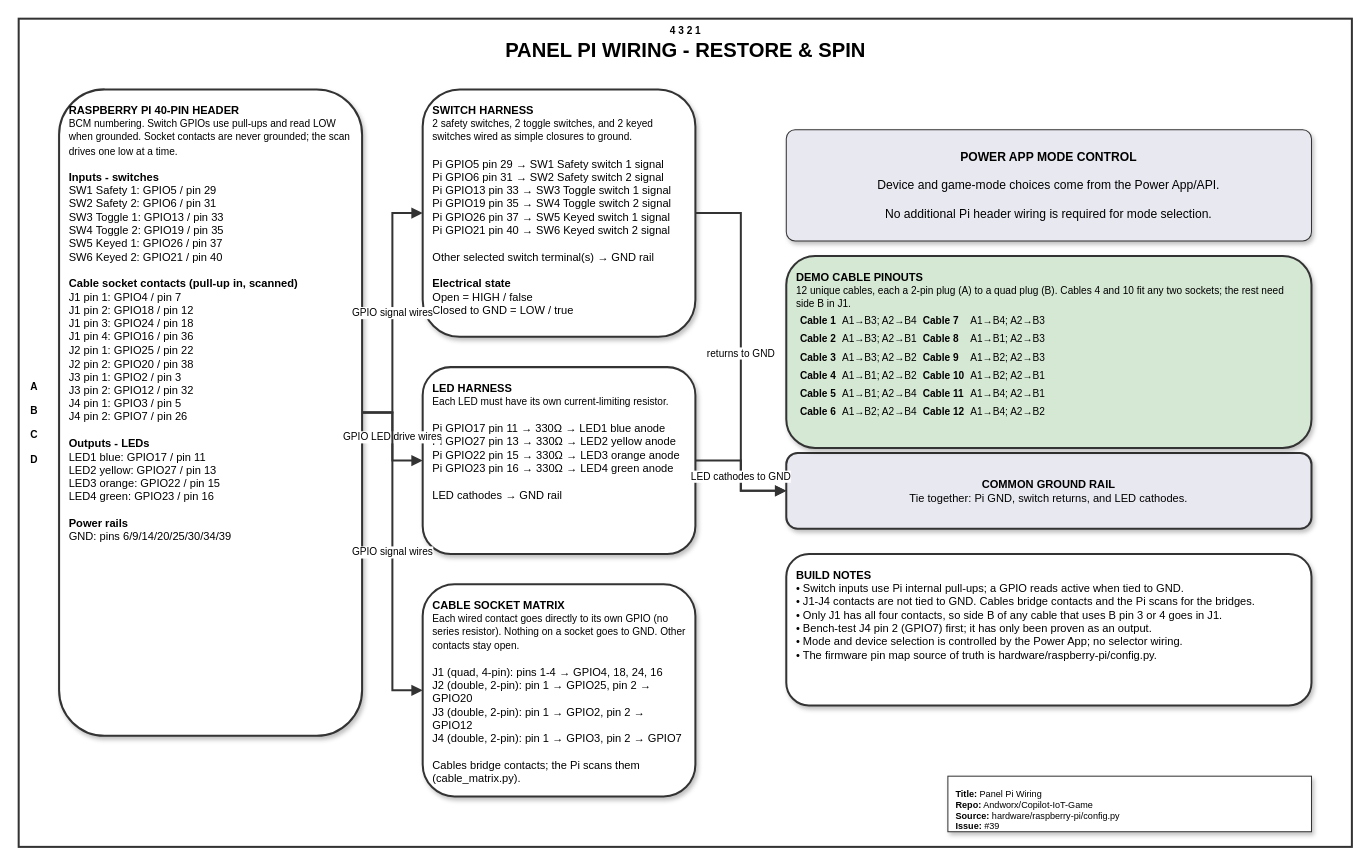
Andworx/Copilot-IoT-Game keeps this draw.io diagram as page "Panel Pi Wiring" (1 of 2) of hardware/raspberry-pi/panel-pi-wiring.drawio. Above is the earlier version. Source tidied: cells renumbered, new cells numbered last; positions are measured from the earlier drawing's top-left corner, leaving out a move shared by most shapes. Both pictures are drawn from the tidied source at 101%, with x=0, y=0 at pixel (18, 18).
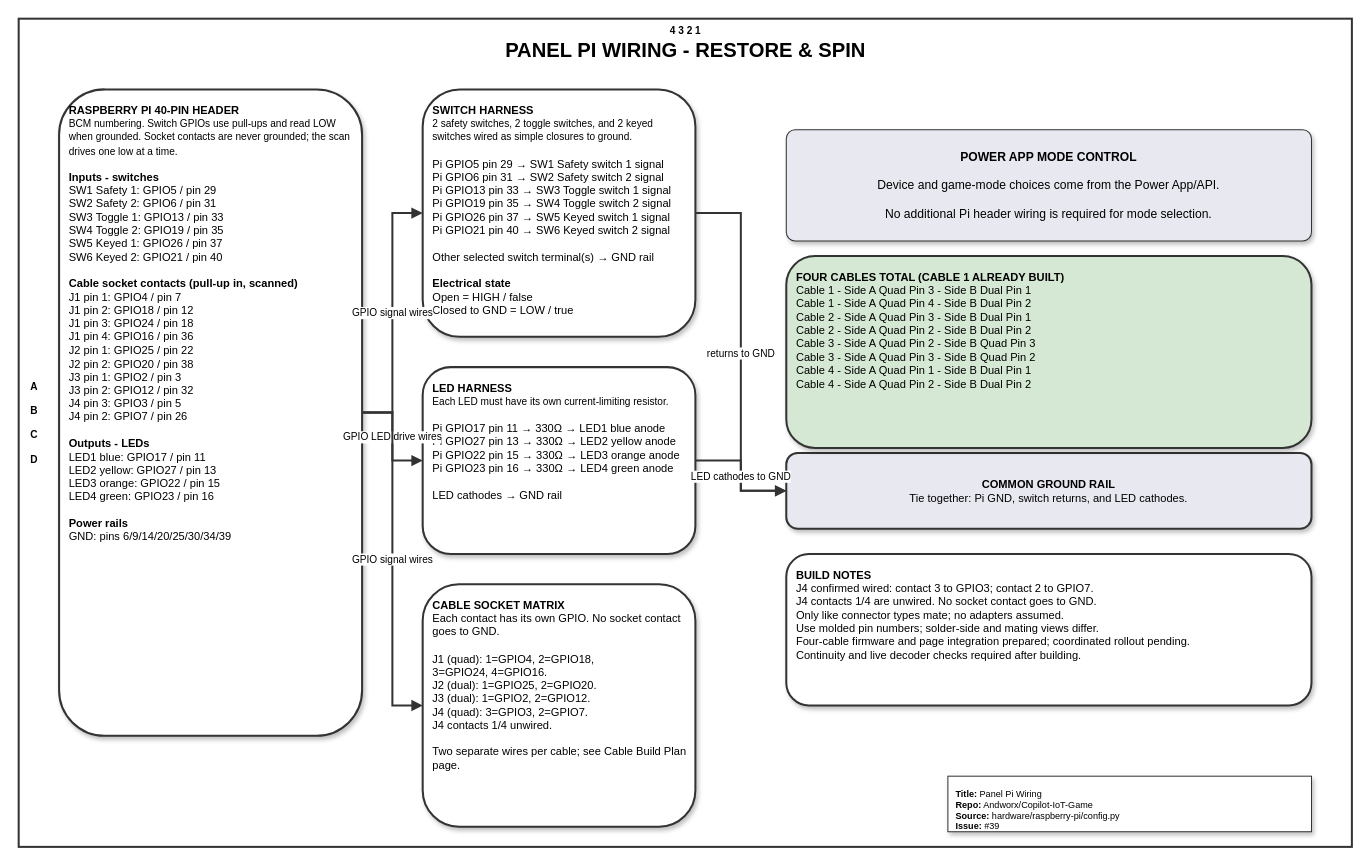
The same page after the edit.

The edit, as a diff of the source:
```diff
@@
-    <mxCell id="6" value="&lt;b&gt;RASPBERRY PI 40-PIN HEADER&lt;/b&gt;&lt;br&gt;&lt;font style=&quot;font-size: 10px&quot;&gt;BCM numbering. Switch GPIOs use pull-ups and read LOW when grounded. Socket contacts are never grounded; the scan drives one low at a time.&lt;/font&gt;&lt;br&gt;&lt;br&gt;&lt;b&gt;Inputs - switches&lt;/b&gt;&lt;br&gt;SW1 Safety 1: GPIO5 / pin 29&lt;br&gt;SW2 Safety 2: GPIO6 / pin 31&lt;br&gt;SW3 Toggle 1: GPIO13 / pin 33&lt;br&gt;SW4 Toggle 2: GPIO19 / pin 35&lt;br&gt;SW5 Keyed 1: GPIO26 / pin 37&lt;br&gt;SW6 Keyed 2: GPIO21 / pin 40&lt;br&gt;&lt;br&gt;&lt;b&gt;Cable socket contacts (pull-up in, scanned)&lt;/b&gt;&lt;br&gt;J1 pin 1: GPIO4 / pin 7&lt;br&gt;J1 pin 2: GPIO18 / pin 12&lt;br&gt;J1 pin 3: GPIO24 / pin 18&lt;br&gt;J1 pin 4: GPIO16 / pin 36&lt;br&gt;J2 pin 1: GPIO25 / pin 22&lt;br&gt;J2 pin 2: GPIO20 / pin 38&lt;br&gt;J3 pin 1: GPIO2 / pin 3&lt;br&gt;J3 pin 2: GPIO12 / pin 32&lt;br&gt;J4 pin 1: GPIO3 / pin 5&lt;br&gt;J4 pin 2: GPIO7 / pin 26&lt;br&gt;&lt;br&gt;&lt;b&gt;Outputs - LEDs&lt;/b&gt;&lt;br&gt;LED1 blue: GPIO17 / pin 11&lt;br&gt;LED2 yellow: GPIO27 / pin 13&lt;br&gt;LED3 orange: GPIO22 / pin 15&lt;br&gt;LED4 green: GPIO23 / pin 16&lt;br&gt;&lt;br&gt;&lt;b&gt;Power rails&lt;/b&gt;&lt;br&gt;GND: pins 6/9/14/20/25/30/34/39" style="rounded=1;shadow=1;strokeColor=#333333;fillColor=#FFFFFF;strokeWidth=2;fontSize=11;fontFamily=Helvetica;align=left;verticalAlign=top;spacing=10;whiteSpace=wrap;html=1;" parent="1" vertex="1">
+    <mxCell id="6" value="&lt;b&gt;RASPBERRY PI 40-PIN HEADER&lt;/b&gt;&lt;br&gt;&lt;font style=&quot;font-size: 10px&quot;&gt;BCM numbering. Switch GPIOs use pull-ups and read LOW when grounded. Socket contacts are never grounded; the scan drives one low at a time.&lt;/font&gt;&lt;br&gt;&lt;br&gt;&lt;b&gt;Inputs - switches&lt;/b&gt;&lt;br&gt;SW1 Safety 1: GPIO5 / pin 29&lt;br&gt;SW2 Safety 2: GPIO6 / pin 31&lt;br&gt;SW3 Toggle 1: GPIO13 / pin 33&lt;br&gt;SW4 Toggle 2: GPIO19 / pin 35&lt;br&gt;SW5 Keyed 1: GPIO26 / pin 37&lt;br&gt;SW6 Keyed 2: GPIO21 / pin 40&lt;br&gt;&lt;br&gt;&lt;b&gt;Cable socket contacts (pull-up in, scanned)&lt;/b&gt;&lt;br&gt;J1 pin 1: GPIO4 / pin 7&lt;br&gt;J1 pin 2: GPIO18 / pin 12&lt;br&gt;J1 pin 3: GPIO24 / pin 18&lt;br&gt;J1 pin 4: GPIO16 / pin 36&lt;br&gt;J2 pin 1: GPIO25 / pin 22&lt;br&gt;J2 pin 2: GPIO20 / pin 38&lt;br&gt;J3 pin 1: GPIO2 / pin 3&lt;br&gt;J3 pin 2: GPIO12 / pin 32&lt;br&gt;J4 pin 3: GPIO3 / pin 5&lt;br&gt;J4 pin 2: GPIO7 / pin 26&lt;br&gt;&lt;br&gt;&lt;b&gt;Outputs - LEDs&lt;/b&gt;&lt;br&gt;LED1 blue: GPIO17 / pin 11&lt;br&gt;LED2 yellow: GPIO27 / pin 13&lt;br&gt;LED3 orange: GPIO22 / pin 15&lt;br&gt;LED4 green: GPIO23 / pin 16&lt;br&gt;&lt;br&gt;&lt;b&gt;Power rails&lt;/b&gt;&lt;br&gt;GND: pins 6/9/14/20/25/30/34/39" style="rounded=1;shadow=1;strokeColor=#333333;fillColor=#FFFFFF;strokeWidth=2;fontSize=11;fontFamily=Helvetica;align=left;verticalAlign=top;spacing=10;whiteSpace=wrap;html=1;" parent="1" vertex="1">
       <mxGeometry x="40" y="70" width="300" height="640" as="geometry" />
     </mxCell>
@@
-    <mxCell id="9" value="&lt;b&gt;CABLE SOCKET MATRIX&lt;/b&gt;&lt;br&gt;&lt;font style=&quot;font-size: 10px&quot;&gt;Each wired contact goes directly to its own GPIO (no series resistor). Nothing on a socket goes to GND. Other contacts stay open.&lt;/font&gt;&lt;br&gt;&lt;br&gt;J1 (quad, 4-pin): pins 1-4 → GPIO4, 18, 24, 16&lt;br&gt;J2 (double, 2-pin): pin 1 → GPIO25, pin 2 → GPIO20&lt;br&gt;J3 (double, 2-pin): pin 1 → GPIO2, pin 2 → GPIO12&lt;br&gt;J4 (double, 2-pin): pin 1 → GPIO3, pin 2 → GPIO7&lt;br&gt;&lt;br&gt;Cables bridge contacts; the Pi scans them (cable_matrix.py)." style="rounded=1;shadow=1;strokeColor=#333333;fillColor=#FFFFFF;strokeWidth=2;fontSize=11;fontFamily=Helvetica;align=left;verticalAlign=top;spacing=10;whiteSpace=wrap;html=1;" parent="1" vertex="1">
-      <mxGeometry x="400" y="560" width="270" height="210" as="geometry" />
+    <mxCell id="9" value="&lt;b&gt;CABLE SOCKET MATRIX&lt;/b&gt;&lt;br&gt;Each contact has its own GPIO. No socket contact goes to GND.&lt;br&gt;&lt;br&gt;J1 (quad): 1=GPIO4, 2=GPIO18,&lt;br&gt;3=GPIO24, 4=GPIO16.&lt;br&gt;J2 (dual): 1=GPIO25, 2=GPIO20.&lt;br&gt;J3 (dual): 1=GPIO2, 2=GPIO12.&lt;br&gt;J4 (quad): 3=GPIO3, 2=GPIO7.&lt;br&gt;J4 contacts 1/4 unwired.&lt;br&gt;&lt;br&gt;Two separate wires per cable; see Cable Build Plan page." style="rounded=1;shadow=1;strokeColor=#333333;fillColor=#FFFFFF;strokeWidth=2;fontSize=11;fontFamily=Helvetica;align=left;verticalAlign=top;spacing=10;whiteSpace=wrap;html=1;" parent="1" vertex="1">
+      <mxGeometry x="400" y="560" width="270" height="240" as="geometry" />
     </mxCell>
@@
-    <mxCell id="11" value="&lt;b&gt;DEMO CABLE PINOUTS&lt;/b&gt;&lt;br&gt;&lt;font style=&quot;font-size: 10px&quot;&gt;12 unique cables, each a 2-pin plug (A) to a quad plug (B). Cables 4 and 10 fit any two sockets; the rest need side B in J1.&lt;/font&gt;&lt;br&gt;&lt;table cellpadding=&quot;2&quot; style=&quot;font-size: 10px&quot;&gt;&lt;tr&gt;&lt;td&gt;&lt;b&gt;Cable 1&lt;/b&gt;&lt;/td&gt;&lt;td&gt;A1→B3; A2→B4&lt;/td&gt;&lt;td&gt;&lt;b&gt;Cable 7&lt;/b&gt;&lt;/td&gt;&lt;td&gt;A1→B4; A2→B3&lt;/td&gt;&lt;/tr&gt;&lt;tr&gt;&lt;td&gt;&lt;b&gt;Cable 2&lt;/b&gt;&lt;/td&gt;&lt;td&gt;A1→B3; A2→B1&lt;/td&gt;&lt;td&gt;&lt;b&gt;Cable 8&lt;/b&gt;&lt;/td&gt;&lt;td&gt;A1→B1; A2→B3&lt;/td&gt;&lt;/tr&gt;&lt;tr&gt;&lt;td&gt;&lt;b&gt;Cable 3&lt;/b&gt;&lt;/td&gt;&lt;td&gt;A1→B3; A2→B2&lt;/td&gt;&lt;td&gt;&lt;b&gt;Cable 9&lt;/b&gt;&lt;/td&gt;&lt;td&gt;A1→B2; A2→B3&lt;/td&gt;&lt;/tr&gt;&lt;tr&gt;&lt;td&gt;&lt;b&gt;Cable 4&lt;/b&gt;&lt;/td&gt;&lt;td&gt;A1→B1; A2→B2&lt;/td&gt;&lt;td&gt;&lt;b&gt;Cable 10&lt;/b&gt;&lt;/td&gt;&lt;td&gt;A1→B2; A2→B1&lt;/td&gt;&lt;/tr&gt;&lt;tr&gt;&lt;td&gt;&lt;b&gt;Cable 5&lt;/b&gt;&lt;/td&gt;&lt;td&gt;A1→B1; A2→B4&lt;/td&gt;&lt;td&gt;&lt;b&gt;Cable 11&lt;/b&gt;&lt;/td&gt;&lt;td&gt;A1→B4; A2→B1&lt;/td&gt;&lt;/tr&gt;&lt;tr&gt;&lt;td&gt;&lt;b&gt;Cable 6&lt;/b&gt;&lt;/td&gt;&lt;td&gt;A1→B2; A2→B4&lt;/td&gt;&lt;td&gt;&lt;b&gt;Cable 12&lt;/b&gt;&lt;/td&gt;&lt;td&gt;A1→B4; A2→B2&lt;/td&gt;&lt;/tr&gt;&lt;/table&gt;" style="rounded=1;shadow=1;strokeColor=#333333;fillColor=#D5E8D4;strokeWidth=2;fontSize=11;fontFamily=Helvetica;align=left;verticalAlign=top;spacing=10;whiteSpace=wrap;html=1;" parent="1" vertex="1">
+    <mxCell id="11" value="&lt;b&gt;FOUR CABLES TOTAL (CABLE 1 ALREADY BUILT)&lt;/b&gt;&lt;br&gt;Cable 1 - Side A Quad Pin 3 - Side B Dual Pin 1&lt;br&gt;Cable 1 - Side A Quad Pin 4 - Side B Dual Pin 2&lt;br&gt;Cable 2 - Side A Quad Pin 3 - Side B Dual Pin 1&lt;br&gt;Cable 2 - Side A Quad Pin 2 - Side B Dual Pin 2&lt;br&gt;Cable 3 - Side A Quad Pin 2 - Side B Quad Pin 3&lt;br&gt;Cable 3 - Side A Quad Pin 3 - Side B Quad Pin 2&lt;br&gt;Cable 4 - Side A Quad Pin 1 - Side B Dual Pin 1&lt;br&gt;Cable 4 - Side A Quad Pin 2 - Side B Dual Pin 2" style="rounded=1;shadow=1;strokeColor=#333333;fillColor=#D5E8D4;strokeWidth=2;fontSize=11;fontFamily=Helvetica;align=left;verticalAlign=top;spacing=10;whiteSpace=wrap;html=1;" parent="1" vertex="1">
       <mxGeometry x="760" y="235" width="520" height="190" as="geometry" />
     </mxCell>
-    <mxCell id="12" value="&lt;b&gt;BUILD NOTES&lt;/b&gt;&lt;br&gt;• Switch inputs use Pi internal pull-ups; a GPIO reads active when tied to GND.&lt;br&gt;• J1-J4 contacts are not tied to GND. Cables bridge contacts and the Pi scans for the bridges.&lt;br&gt;• Only J1 has all four contacts, so side B of any cable that uses B pin 3 or 4 goes in J1.&lt;br&gt;• Bench-test J4 pin 2 (GPIO7) first; it has only been proven as an output.&lt;br&gt;• Mode and device selection is controlled by the Power App; no selector wiring.&lt;br&gt;• The firmware pin map source of truth is hardware/raspberry-pi/config.py." style="rounded=1;shadow=1;strokeColor=#333333;fillColor=#FFFFFF;strokeWidth=2;fontSize=11;fontFamily=Helvetica;align=left;verticalAlign=top;spacing=10;whiteSpace=wrap;html=1;" parent="1" vertex="1">
+    <mxCell id="12" value="&lt;b&gt;BUILD NOTES&lt;/b&gt;&lt;br&gt;J4 confirmed wired: contact 3 to GPIO3; contact 2 to GPIO7.&lt;br&gt;J4 contacts 1/4 are unwired. No socket contact goes to GND.&lt;br&gt;Only like connector types mate; no adapters assumed.&lt;br&gt;Use molded pin numbers; solder-side and mating views differ.&lt;br&gt;Four-cable firmware and page integration prepared; coordinated rollout pending.&lt;br&gt;Continuity and live decoder checks required after building." style="rounded=1;shadow=1;strokeColor=#333333;fillColor=#FFFFFF;strokeWidth=2;fontSize=11;fontFamily=Helvetica;align=left;verticalAlign=top;spacing=10;whiteSpace=wrap;html=1;" parent="1" vertex="1">
       <mxGeometry x="760" y="530" width="520" height="150" as="geometry" />
     </mxCell>
```
